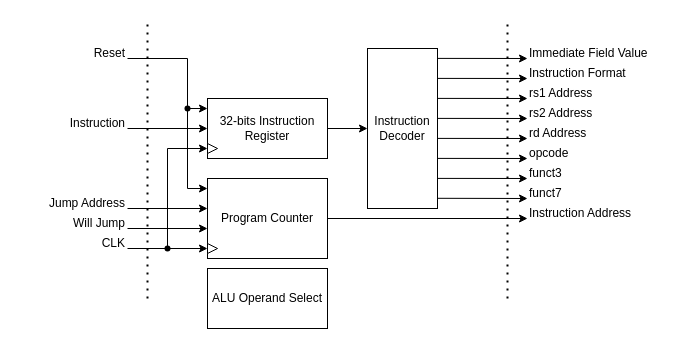
This is page "Control Unit" (4 of 9) of docs/imgs/hardware_design/Component.drawio from WachirawichN/C0-CPU, a draw.io file, before an edit. Source tidied: cells renumbered, new cells numbered last; positions are measured from the earlier drawing's top-left corner, leaving out a move shared by most shapes. Both pictures are drawn from the tidied source at 100%, with x=0, y=0 at pixel (47, 18).
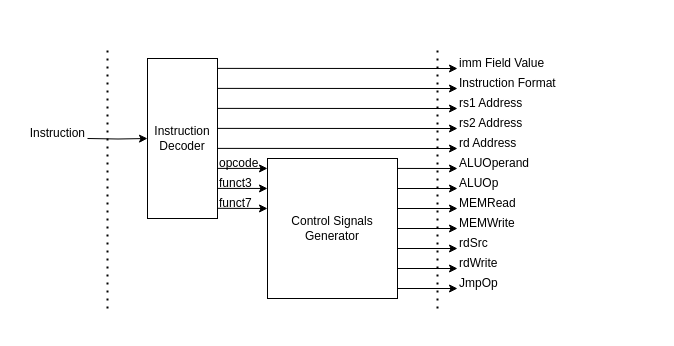
Above is the later version.

Commit message (it also covers changes not shown here):
Remove duplicate interstage register descriptions.

Almost finish the entire processor diagram.

The edit, as a diff of the source:
```diff
@@
-    <mxCell id="2" style="endArrow=none;dashed=1;html=1;dashPattern=1 3;strokeWidth=2;rounded=0;" parent="1" edge="1">
-      <mxGeometry relative="1" as="geometry">
-        <mxPoint x="100" y="280" as="sourcePoint" />
-        <mxPoint x="100" as="targetPoint" />
-      </mxGeometry>
-    </mxCell>
-    <mxCell id="3" value="Program Counter" style="rounded=0;whiteSpace=wrap;html=1;" parent="1" vertex="1">
-      <mxGeometry x="160" y="160" width="120" height="80" as="geometry" />
-    </mxCell>
-    <mxCell id="4" style="triangle;whiteSpace=wrap;html=1;shapeInside=1;" parent="1" vertex="1">
-      <mxGeometry x="160" y="225" width="10" height="10" as="geometry" />
-    </mxCell>
-    <mxCell id="5" style="endArrow=classic;html=1;rounded=0;entryX=0;entryY=0.5;entryDx=0;entryDy=0;" parent="1" edge="1" target="4">
-      <mxGeometry relative="1" as="geometry">
-        <mxPoint x="80" y="230" as="sourcePoint" />
-      </mxGeometry>
-    </mxCell>
-    <mxCell id="6" style="endArrow=classic;html=1;rounded=0;entryX=0;entryY=0.625;entryDx=0;entryDy=0;entryPerimeter=0;" parent="1" edge="1" target="3">
-      <mxGeometry relative="1" as="geometry">
-        <mxPoint x="80" y="210" as="sourcePoint" />
-      </mxGeometry>
-    </mxCell>
-    <mxCell id="7" style="endArrow=classic;html=1;rounded=0;entryX=0;entryY=0.375;entryDx=0;entryDy=0;entryPerimeter=0;" parent="1" edge="1" target="3">
-      <mxGeometry relative="1" as="geometry">
-        <mxPoint x="80" y="190" as="sourcePoint" />
-      </mxGeometry>
-    </mxCell>
-    <mxCell id="8" style="endArrow=classic;html=1;rounded=0;entryX=0;entryY=0.125;entryDx=0;entryDy=0;entryPerimeter=0;" parent="1" edge="1" target="3">
-      <mxGeometry relative="1" as="geometry">
-        <mxPoint x="80" y="40" as="sourcePoint" />
-        <Array as="points">
-          <mxPoint x="140" y="40" />
-          <mxPoint x="140" y="170" />
-        </Array>
-      </mxGeometry>
-    </mxCell>
     <mxCell id="9" value="Instruction Decoder" style="rounded=0;whiteSpace=wrap;html=1;" parent="1" vertex="1">
-      <mxGeometry x="320" y="30" width="70" height="160" as="geometry" />
+      <mxGeometry x="100" y="40" width="70" height="160" as="geometry" />
     </mxCell>
-    <mxCell id="10" style="edgeStyle=orthogonalEdgeStyle;rounded=0;jettySize=auto;html=1;entryX=0;entryY=0.5;entryDx=0;entryDy=0;" parent="1" edge="1" source="11" target="9">
-      <mxGeometry relative="1" as="geometry" />
+    <mxCell id="10" style="edgeStyle=orthogonalEdgeStyle;rounded=0;jettySize=auto;html=1;entryX=0;entryY=0.5;entryDx=0;entryDy=0;" parent="1" edge="1" target="9">
+      <mxGeometry relative="1" as="geometry">
+        <mxPoint x="40" y="120" as="sourcePoint" />
+      </mxGeometry>
     </mxCell>
-    <mxCell id="11" value="32-bits Instruction Register" style="rounded=0;whiteSpace=wrap;html=1;" parent="1" vertex="1">
-      <mxGeometry x="160" y="80" width="120" height="60" as="geometry" />
-    </mxCell>
-    <mxCell id="12" style="endArrow=none;dashed=1;html=1;dashPattern=1 3;strokeWidth=2;rounded=0;" parent="1" edge="1">
-      <mxGeometry relative="1" as="geometry">
-        <mxPoint x="460" y="280" as="sourcePoint" />
-        <mxPoint x="460" as="targetPoint" />
-      </mxGeometry>
-    </mxCell>
-    <mxCell id="13" style="endArrow=classic;html=1;rounded=0;entryX=0;entryY=0.125;entryDx=0;entryDy=0;entryPerimeter=0;" parent="1" edge="1">
-      <mxGeometry relative="1" as="geometry">
-        <mxPoint x="140" y="90" as="sourcePoint" />
-        <mxPoint x="160" y="90" as="targetPoint" />
-        <Array as="points">
-          <mxPoint x="140" y="90" />
-        </Array>
-      </mxGeometry>
-    </mxCell>
-    <mxCell id="14" style="shape=waypoint;sketch=0;fillStyle=solid;size=6;fillColor=none;perimeter=centerPerimeter;" parent="1" vertex="1">
-      <mxGeometry x="130" y="80" width="20" height="20" as="geometry" />
-    </mxCell>
-    <mxCell id="15" style="endArrow=classic;html=1;rounded=0;entryX=0;entryY=0.5;entryDx=0;entryDy=0;" parent="1" edge="1" target="16">
-      <mxGeometry relative="1" as="geometry">
-        <mxPoint x="120" y="230" as="sourcePoint" />
-        <Array as="points">
-          <mxPoint x="120" y="130" />
-        </Array>
-      </mxGeometry>
-    </mxCell>
-    <mxCell id="16" style="triangle;whiteSpace=wrap;html=1;shapeInside=1;" parent="1" vertex="1">
-      <mxGeometry x="160" y="125" width="10" height="10" as="geometry" />
-    </mxCell>
-    <mxCell id="17" style="endArrow=classic;html=1;rounded=0;entryX=0;entryY=0.5;entryDx=0;entryDy=0;" parent="1" edge="1" target="11">
-      <mxGeometry relative="1" as="geometry">
-        <mxPoint x="80" y="110" as="sourcePoint" />
-      </mxGeometry>
-    </mxCell>
-    <mxCell id="18" style="endArrow=classic;html=1;rounded=0;exitX=1;exitY=0.5;exitDx=0;exitDy=0;" parent="1" edge="1" source="3">
-      <mxGeometry relative="1" as="geometry">
-        <mxPoint x="480" y="200" as="targetPoint" />
-      </mxGeometry>
-    </mxCell>
-    <mxCell id="19" style="endArrow=classic;html=1;rounded=0;exitX=1;exitY=0.929;exitDx=0;exitDy=0;exitPerimeter=0;" parent="1" edge="1">
+    <mxCell id="19" style="endArrow=classic;html=1;rounded=0;exitX=1;exitY=0.929;exitDx=0;exitDy=0;exitPerimeter=0;entryX=0;entryY=0.214;entryDx=0;entryDy=0;entryPerimeter=0;" parent="1" edge="1" target="43">
       <mxGeometry relative="1" as="geometry">
-        <mxPoint x="390" y="159.9" as="sourcePoint" />
-        <mxPoint x="480" y="160" as="targetPoint" />
+        <mxPoint x="170" y="169.9" as="sourcePoint" />
       </mxGeometry>
     </mxCell>
-    <mxCell id="20" style="endArrow=classic;html=1;rounded=0;exitX=1;exitY=0.929;exitDx=0;exitDy=0;exitPerimeter=0;" parent="1" edge="1">
+    <mxCell id="20" style="endArrow=classic;html=1;rounded=0;exitX=1;exitY=0.929;exitDx=0;exitDy=0;exitPerimeter=0;entryX=0;entryY=0.071;entryDx=0;entryDy=0;entryPerimeter=0;" parent="1" edge="1" target="43">
       <mxGeometry relative="1" as="geometry">
-        <mxPoint x="390" y="139.9" as="sourcePoint" />
-        <mxPoint x="480" y="140" as="targetPoint" />
+        <mxPoint x="170" y="149.9" as="sourcePoint" />
       </mxGeometry>
     </mxCell>
     <mxCell id="21" style="endArrow=classic;html=1;rounded=0;exitX=1;exitY=0.929;exitDx=0;exitDy=0;exitPerimeter=0;" parent="1" edge="1">
       <mxGeometry relative="1" as="geometry">
-        <mxPoint x="390" y="119.9" as="sourcePoint" />
-        <mxPoint x="480" y="120" as="targetPoint" />
+        <mxPoint x="170" y="129.9" as="sourcePoint" />
+        <mxPoint x="410" y="130" as="targetPoint" />
       </mxGeometry>
     </mxCell>
     <mxCell id="22" style="endArrow=classic;html=1;rounded=0;exitX=1;exitY=0.929;exitDx=0;exitDy=0;exitPerimeter=0;" parent="1" edge="1">
       <mxGeometry relative="1" as="geometry">
-        <mxPoint x="390" y="99.9" as="sourcePoint" />
-        <mxPoint x="480" y="100" as="targetPoint" />
+        <mxPoint x="170" y="109.9" as="sourcePoint" />
+        <mxPoint x="410" y="110" as="targetPoint" />
       </mxGeometry>
     </mxCell>
     <mxCell id="23" style="endArrow=classic;html=1;rounded=0;exitX=1;exitY=0.929;exitDx=0;exitDy=0;exitPerimeter=0;" parent="1" edge="1">
       <mxGeometry relative="1" as="geometry">
-        <mxPoint x="390" y="79.9" as="sourcePoint" />
-        <mxPoint x="480" y="80" as="targetPoint" />
+        <mxPoint x="170" y="89.9" as="sourcePoint" />
+        <mxPoint x="410" y="90" as="targetPoint" />
       </mxGeometry>
     </mxCell>
     <mxCell id="24" style="endArrow=classic;html=1;rounded=0;exitX=1;exitY=0.929;exitDx=0;exitDy=0;exitPerimeter=0;" parent="1" edge="1">
       <mxGeometry relative="1" as="geometry">
-        <mxPoint x="390" y="59.9" as="sourcePoint" />
-        <mxPoint x="480" y="60" as="targetPoint" />
+        <mxPoint x="170" y="69.9" as="sourcePoint" />
+        <mxPoint x="410" y="70" as="targetPoint" />
       </mxGeometry>
     </mxCell>
     <mxCell id="25" style="endArrow=classic;html=1;rounded=0;exitX=1;exitY=0.929;exitDx=0;exitDy=0;exitPerimeter=0;" parent="1" edge="1">
       <mxGeometry relative="1" as="geometry">
-        <mxPoint x="390" y="39.9" as="sourcePoint" />
-        <mxPoint x="480" y="40" as="targetPoint" />
+        <mxPoint x="170" y="49.9" as="sourcePoint" />
+        <mxPoint x="410" y="50" as="targetPoint" />
       </mxGeometry>
     </mxCell>
-    <mxCell id="26" style="endArrow=classic;html=1;rounded=0;exitX=1;exitY=0.929;exitDx=0;exitDy=0;exitPerimeter=0;" parent="1" edge="1">
+    <mxCell id="26" style="endArrow=classic;html=1;rounded=0;exitX=1;exitY=0.929;exitDx=0;exitDy=0;exitPerimeter=0;entryX=0;entryY=0.357;entryDx=0;entryDy=0;entryPerimeter=0;" parent="1" edge="1" target="43">
       <mxGeometry relative="1" as="geometry">
-        <mxPoint x="390" y="179.8" as="sourcePoint" />
-        <mxPoint x="480" y="180" as="targetPoint" />
+        <mxPoint x="170" y="189.8" as="sourcePoint" />
       </mxGeometry>
     </mxCell>
-    <mxCell id="27" value="Reset" style="text;html=1;whiteSpace=wrap;strokeColor=none;fillColor=none;align=right;verticalAlign=middle;rounded=0;" parent="1" vertex="1">
-      <mxGeometry x="20" y="30" width="60" height="10" as="geometry" />
-    </mxCell>
-    <mxCell id="28" style="shape=waypoint;sketch=0;fillStyle=solid;size=6;fillColor=none;perimeter=centerPerimeter;" parent="1" vertex="1">
-      <mxGeometry x="110" y="220" width="20" height="20" as="geometry" />
-    </mxCell>
-    <mxCell id="29" value="CLK" style="text;html=1;whiteSpace=wrap;strokeColor=none;fillColor=none;align=right;verticalAlign=middle;rounded=0;" parent="1" vertex="1">
-      <mxGeometry x="20" y="220" width="60" height="10" as="geometry" />
-    </mxCell>
-    <mxCell id="30" value="Jump Address" style="text;html=1;whiteSpace=wrap;strokeColor=none;fillColor=none;align=right;verticalAlign=middle;rounded=0;" parent="1" vertex="1">
-      <mxGeometry y="180" width="80" height="10" as="geometry" />
-    </mxCell>
-    <mxCell id="31" value="Will Jump" style="text;html=1;whiteSpace=wrap;strokeColor=none;fillColor=none;align=right;verticalAlign=middle;rounded=0;" parent="1" vertex="1">
-      <mxGeometry y="200" width="80" height="10" as="geometry" />
-    </mxCell>
-    <mxCell id="32" value="Instruction" style="text;html=1;whiteSpace=wrap;strokeColor=none;fillColor=none;align=right;verticalAlign=middle;rounded=0;" parent="1" vertex="1">
-      <mxGeometry y="100" width="80" height="10" as="geometry" />
-    </mxCell>
-    <mxCell id="33" value="Instruction Address" style="text;html=1;whiteSpace=wrap;strokeColor=none;fillColor=none;align=left;verticalAlign=middle;rounded=0;" parent="1" vertex="1">
-      <mxGeometry x="480" y="190" width="110" height="10" as="geometry" />
-    </mxCell>
-    <mxCell id="34" value="Immediate Field Value" style="text;html=1;whiteSpace=wrap;strokeColor=none;fillColor=none;align=left;verticalAlign=middle;rounded=0;" parent="1" vertex="1">
-      <mxGeometry x="480" y="30" width="130" height="10" as="geometry" />
+    <mxCell id="34" value="imm Field Value" style="text;html=1;whiteSpace=wrap;strokeColor=none;fillColor=none;align=left;verticalAlign=middle;rounded=0;" parent="1" vertex="1">
+      <mxGeometry x="410" y="40" width="100" height="10" as="geometry" />
     </mxCell>
     <mxCell id="35" value="Instruction Format" style="text;html=1;whiteSpace=wrap;strokeColor=none;fillColor=none;align=left;verticalAlign=middle;rounded=0;" parent="1" vertex="1">
-      <mxGeometry x="480" y="50" width="130" height="10" as="geometry" />
+      <mxGeometry x="410" y="60" width="100" height="10" as="geometry" />
     </mxCell>
     <mxCell id="36" value="rs1 Address" style="text;html=1;whiteSpace=wrap;strokeColor=none;fillColor=none;align=left;verticalAlign=middle;rounded=0;" parent="1" vertex="1">
-      <mxGeometry x="480" y="70" width="130" height="10" as="geometry" />
+      <mxGeometry x="410" y="80" width="70" height="10" as="geometry" />
     </mxCell>
     <mxCell id="37" value="rs2 Address" style="text;html=1;whiteSpace=wrap;strokeColor=none;fillColor=none;align=left;verticalAlign=middle;rounded=0;" parent="1" vertex="1">
-      <mxGeometry x="480" y="90" width="130" height="10" as="geometry" />
+      <mxGeometry x="410" y="100" width="70" height="10" as="geometry" />
     </mxCell>
     <mxCell id="38" value="rd Address" style="text;html=1;whiteSpace=wrap;strokeColor=none;fillColor=none;align=left;verticalAlign=middle;rounded=0;" parent="1" vertex="1">
-      <mxGeometry x="480" y="110" width="130" height="10" as="geometry" />
+      <mxGeometry x="410" y="120" width="70" height="10" as="geometry" />
     </mxCell>
     <mxCell id="39" value="opcode" style="text;html=1;whiteSpace=wrap;strokeColor=none;fillColor=none;align=left;verticalAlign=middle;rounded=0;" parent="1" vertex="1">
-      <mxGeometry x="480" y="130" width="130" height="10" as="geometry" />
+      <mxGeometry x="170" y="140" width="50" height="10" as="geometry" />
     </mxCell>
     <mxCell id="40" value="funct3" style="text;html=1;whiteSpace=wrap;strokeColor=none;fillColor=none;align=left;verticalAlign=middle;rounded=0;" parent="1" vertex="1">
-      <mxGeometry x="480" y="150" width="130" height="10" as="geometry" />
+      <mxGeometry x="170" y="160" width="50" height="10" as="geometry" />
     </mxCell>
     <mxCell id="41" value="funct7" style="text;html=1;whiteSpace=wrap;strokeColor=none;fillColor=none;align=left;verticalAlign=middle;rounded=0;" parent="1" vertex="1">
-      <mxGeometry x="480" y="170" width="130" height="10" as="geometry" />
+      <mxGeometry x="170" y="180" width="50" height="10" as="geometry" />
     </mxCell>
-    <mxCell id="42" value="ALU Operand Select" style="rounded=0;whiteSpace=wrap;html=1;" parent="1" vertex="1">
-      <mxGeometry x="160" y="250" width="120" height="60" as="geometry" />
-    </mxCell>
+    <mxCell id="43" value="Control Signals Generator" style="rounded=0;whiteSpace=wrap;html=1;" parent="1" vertex="1">
+      <mxGeometry x="220" y="140" width="130" height="140" as="geometry" />
+    </mxCell>
+    <mxCell id="44" style="endArrow=classic;html=1;rounded=0;exitX=1;exitY=0.071;exitDx=0;exitDy=0;exitPerimeter=0;" parent="1" edge="1" source="43">
+      <mxGeometry relative="1" as="geometry">
+        <mxPoint x="410" y="150" as="targetPoint" />
+      </mxGeometry>
+    </mxCell>
+    <mxCell id="45" style="endArrow=classic;html=1;rounded=0;exitX=1;exitY=0.071;exitDx=0;exitDy=0;exitPerimeter=0;" parent="1" edge="1">
+      <mxGeometry relative="1" as="geometry">
+        <mxPoint x="350" y="170" as="sourcePoint" />
+        <mxPoint x="410" y="170" as="targetPoint" />
+      </mxGeometry>
+    </mxCell>
+    <mxCell id="46" style="endArrow=classic;html=1;rounded=0;exitX=1;exitY=0.071;exitDx=0;exitDy=0;exitPerimeter=0;" parent="1" edge="1">
+      <mxGeometry relative="1" as="geometry">
+        <mxPoint x="350" y="190" as="sourcePoint" />
+        <mxPoint x="410" y="190" as="targetPoint" />
+      </mxGeometry>
+    </mxCell>
+    <mxCell id="47" style="endArrow=classic;html=1;rounded=0;exitX=1;exitY=0.071;exitDx=0;exitDy=0;exitPerimeter=0;" parent="1" edge="1">
+      <mxGeometry relative="1" as="geometry">
+        <mxPoint x="350" y="210" as="sourcePoint" />
+        <mxPoint x="410" y="210" as="targetPoint" />
+      </mxGeometry>
+    </mxCell>
+    <mxCell id="48" style="endArrow=classic;html=1;rounded=0;exitX=1;exitY=0.071;exitDx=0;exitDy=0;exitPerimeter=0;" parent="1" edge="1">
+      <mxGeometry relative="1" as="geometry">
+        <mxPoint x="350" y="230" as="sourcePoint" />
+        <mxPoint x="410" y="230" as="targetPoint" />
+      </mxGeometry>
+    </mxCell>
+    <mxCell id="49" style="endArrow=classic;html=1;rounded=0;exitX=1;exitY=0.071;exitDx=0;exitDy=0;exitPerimeter=0;" parent="1" edge="1">
+      <mxGeometry relative="1" as="geometry">
+        <mxPoint x="350" y="250" as="sourcePoint" />
+        <mxPoint x="410" y="250" as="targetPoint" />
+      </mxGeometry>
+    </mxCell>
+    <mxCell id="50" style="endArrow=classic;html=1;rounded=0;exitX=1;exitY=0.071;exitDx=0;exitDy=0;exitPerimeter=0;" parent="1" edge="1">
+      <mxGeometry relative="1" as="geometry">
+        <mxPoint x="350" y="270" as="sourcePoint" />
+        <mxPoint x="410" y="270" as="targetPoint" />
+      </mxGeometry>
+    </mxCell>
+    <mxCell id="32" value="Instruction" style="text;html=1;whiteSpace=wrap;strokeColor=none;fillColor=none;align=right;verticalAlign=middle;rounded=0;" parent="1" vertex="1">
+      <mxGeometry x="-30" y="110" width="70" height="10" as="geometry" />
+    </mxCell>
+    <mxCell id="51" value="ALUOperand" style="text;html=1;whiteSpace=wrap;strokeColor=none;fillColor=none;align=left;verticalAlign=middle;rounded=0;" parent="1" vertex="1">
+      <mxGeometry x="410" y="140" width="100" height="10" as="geometry" />
+    </mxCell>
+    <mxCell id="52" value="ALUOp" style="text;html=1;whiteSpace=wrap;strokeColor=none;fillColor=none;align=left;verticalAlign=middle;rounded=0;" parent="1" vertex="1">
+      <mxGeometry x="410" y="160" width="100" height="10" as="geometry" />
+    </mxCell>
+    <mxCell id="53" value="MEMRead" style="text;html=1;whiteSpace=wrap;strokeColor=none;fillColor=none;align=left;verticalAlign=middle;rounded=0;" parent="1" vertex="1">
+      <mxGeometry x="410" y="180" width="70" height="10" as="geometry" />
+    </mxCell>
+    <mxCell id="54" value="MEMWrite" style="text;html=1;whiteSpace=wrap;strokeColor=none;fillColor=none;align=left;verticalAlign=middle;rounded=0;" parent="1" vertex="1">
+      <mxGeometry x="410" y="200" width="70" height="10" as="geometry" />
+    </mxCell>
+    <mxCell id="55" value="rdSrc" style="text;html=1;whiteSpace=wrap;strokeColor=none;fillColor=none;align=left;verticalAlign=middle;rounded=0;" parent="1" vertex="1">
+      <mxGeometry x="410" y="220" width="70" height="10" as="geometry" />
+    </mxCell>
+    <mxCell id="56" value="rdWrite" style="text;html=1;whiteSpace=wrap;strokeColor=none;fillColor=none;align=left;verticalAlign=middle;rounded=0;" parent="1" vertex="1">
+      <mxGeometry x="410" y="240" width="70" height="10" as="geometry" />
+    </mxCell>
+    <mxCell id="57" value="JmpOp" style="text;html=1;whiteSpace=wrap;strokeColor=none;fillColor=none;align=left;verticalAlign=middle;rounded=0;" parent="1" vertex="1">
+      <mxGeometry x="410" y="260" width="70" height="10" as="geometry" />
+    </mxCell>
+    <mxCell id="58" style="endArrow=none;dashed=1;html=1;dashPattern=1 3;strokeWidth=2;rounded=0;" parent="1" edge="1">
+      <mxGeometry relative="1" as="geometry">
+        <mxPoint x="390" y="290" as="sourcePoint" />
+        <mxPoint x="390" y="30" as="targetPoint" />
+      </mxGeometry>
+    </mxCell>
+    <mxCell id="59" style="endArrow=none;dashed=1;html=1;dashPattern=1 3;strokeWidth=2;rounded=0;" parent="1" edge="1">
+      <mxGeometry relative="1" as="geometry">
+        <mxPoint x="60" y="290" as="sourcePoint" />
+        <mxPoint x="60" y="30" as="targetPoint" />
+      </mxGeometry>
+    </mxCell>
```
